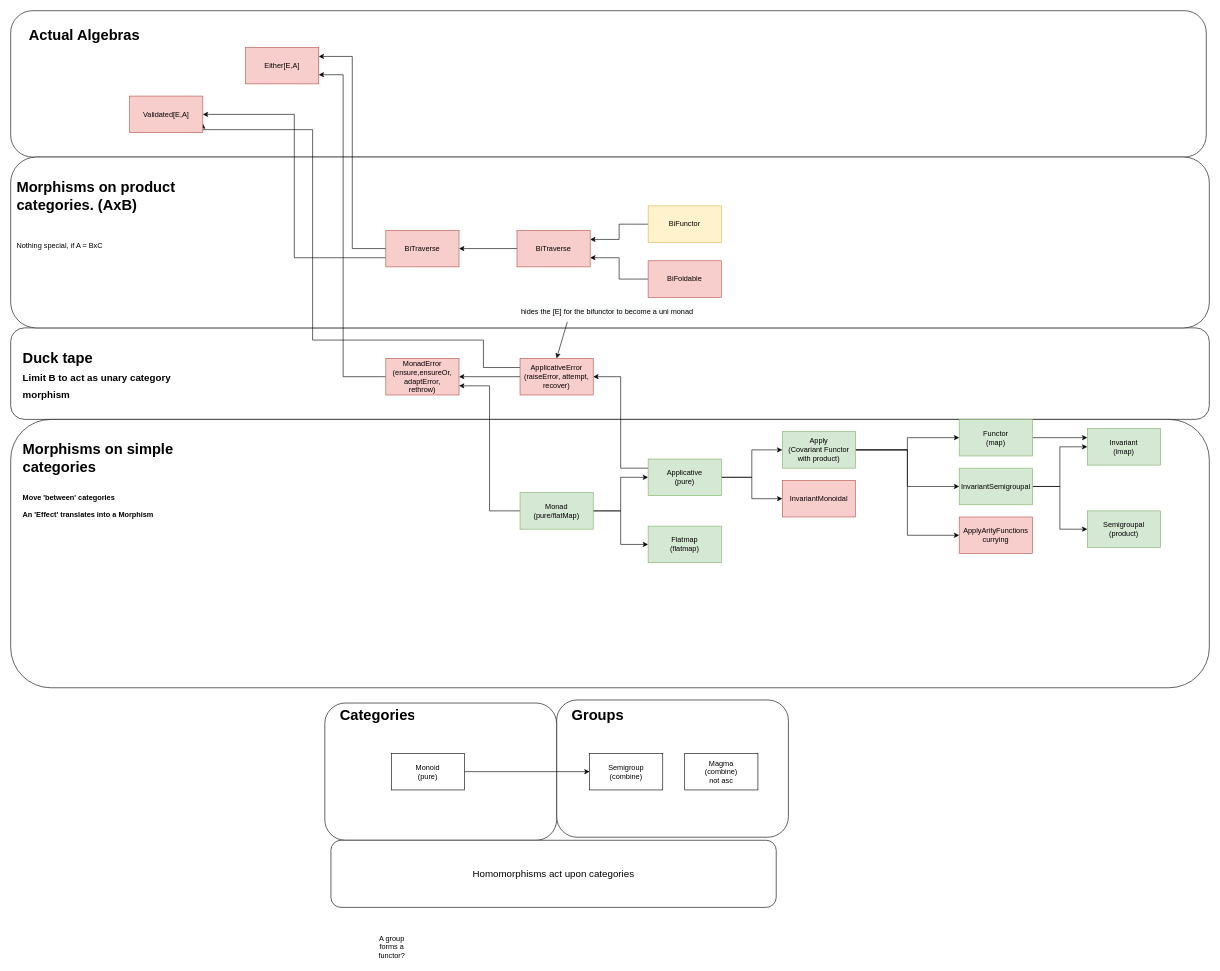
noReasonException/my-cats keeps this draw.io diagram as page "Initial Big Picture" (1 of 5) of diagram.drawio. Above is the earlier version. Source tidied: cells renumbered, new cells numbered last; positions are measured from the earlier drawing's top-left corner, leaving out a move shared by most shapes. Both pictures are drawn from the tidied source at 61%, with x=0, y=0 at pixel (10, 10).
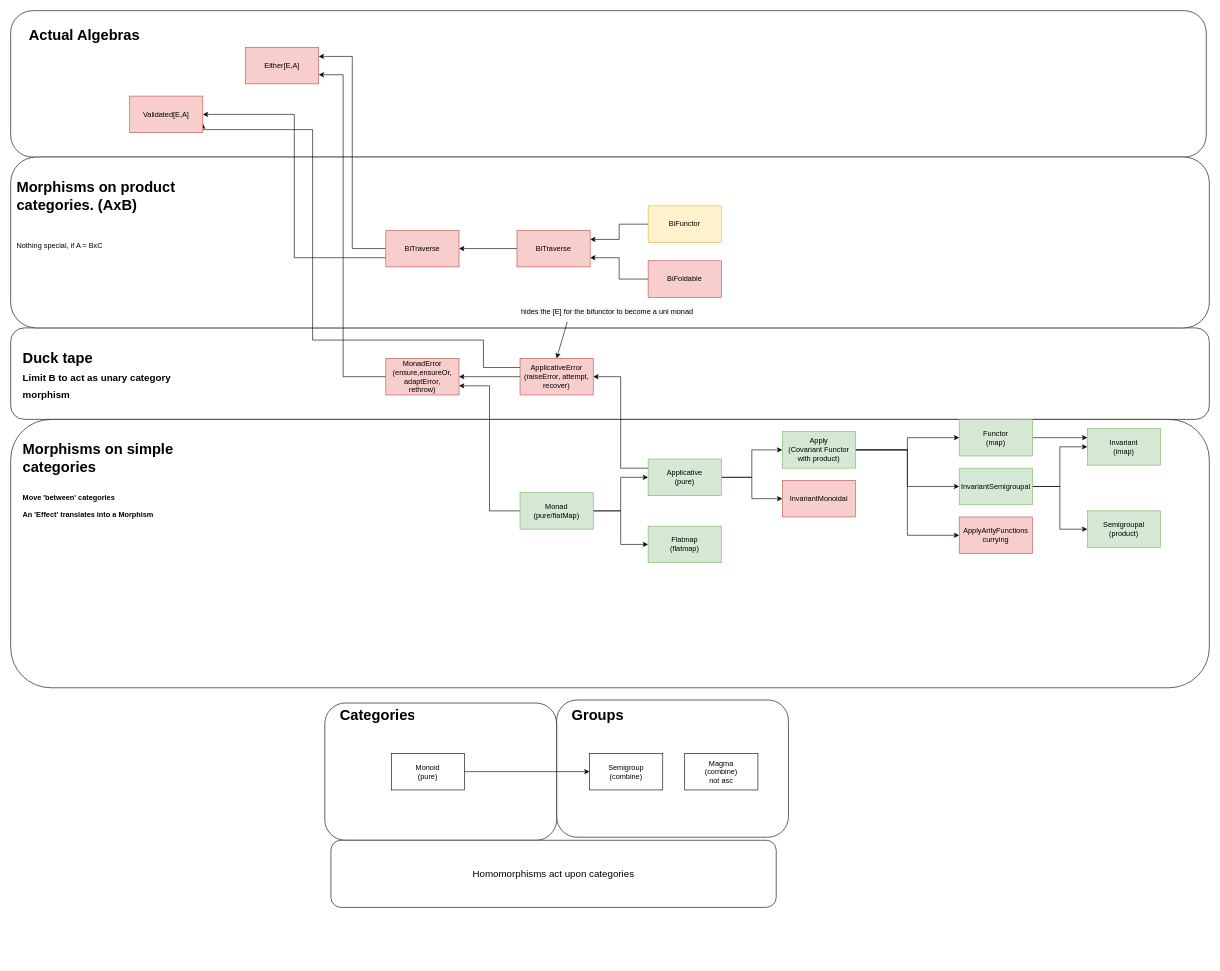
The same page after the edit.

Change to the diagram source:
```diff
@@
-    <mxCell id="37" value="A group forms a functor?" style="text;html=1;strokeColor=none;fillColor=none;align=center;verticalAlign=middle;whiteSpace=wrap;rounded=0;" parent="1" vertex="1">
-      <mxGeometry x="595" y="1520" width="60" height="30" as="geometry" />
-    </mxCell>
```
